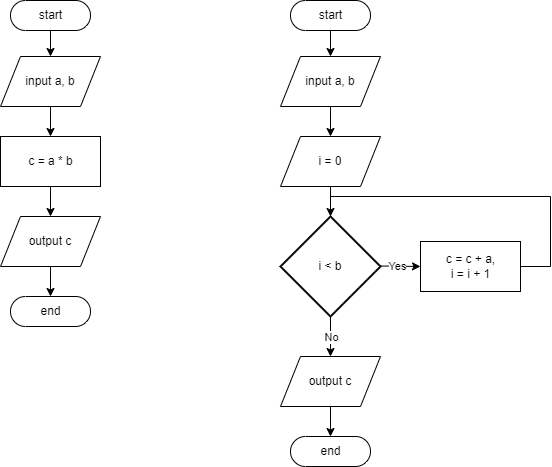
Earlier version of the draw.io export homework1/task2.drawio.png (RozaBlack/algoritms). Source tidied: cells renumbered, new cells last; positions are measured from the earlier drawing's top-left corner, leaving out a move shared by most shapes.
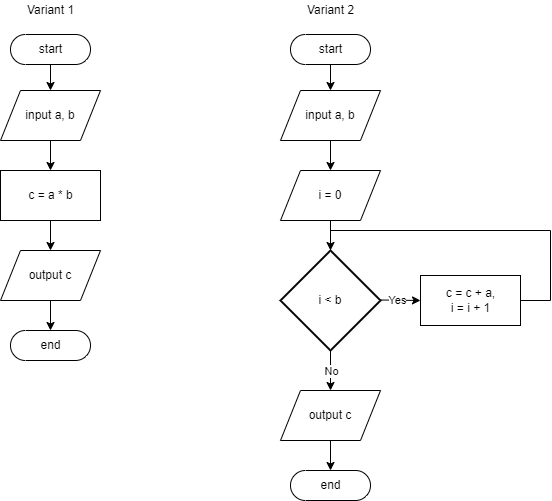
Above is the later version.

What changed in the source:
```diff
@@ -91,5 +91,11 @@
         </Array>
       </mxGeometry>
     </mxCell>
+    <mxCell id="27" value="Variant 1" style="text;html=1;align=center;verticalAlign=middle;strokeColor=none;fillColor=none;" parent="1" vertex="1">
+      <mxGeometry x="20" y="-34" width="60" height="20" as="geometry" />
+    </mxCell>
+    <mxCell id="28" value="Variant 2" style="text;html=1;align=center;verticalAlign=middle;strokeColor=none;fillColor=none;" parent="1" vertex="1">
+      <mxGeometry x="300" y="-34" width="60" height="20" as="geometry" />
+    </mxCell>
   </root>
 </mxGraphModel>
```
